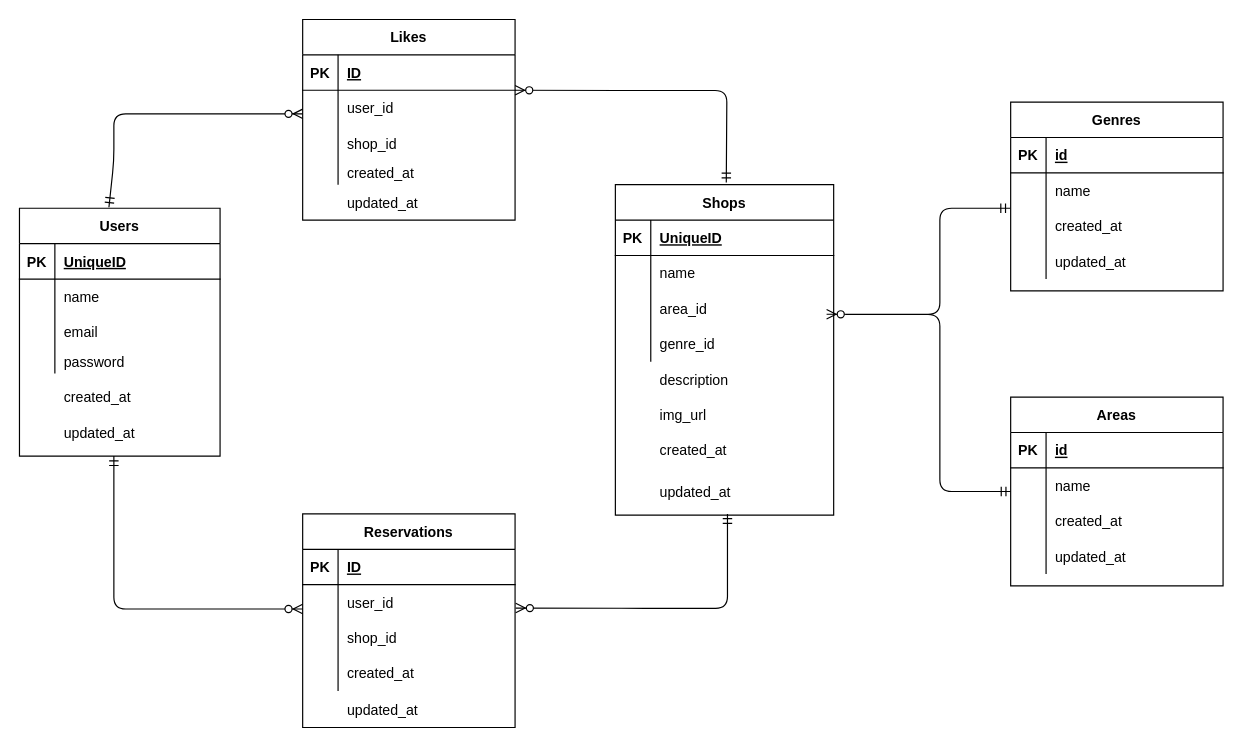
Above: rese_laravel/er.dio in AkiyoshiSatoshi/Rese_laravel (draw.io), before the change. Source tidied: cells renumbered, new cells numbered last; positions are measured from the earlier drawing's top-left corner, leaving out a move shared by most shapes. Both pictures are drawn from the tidied source at 118%, with x=0, y=0 at pixel (19, 19).
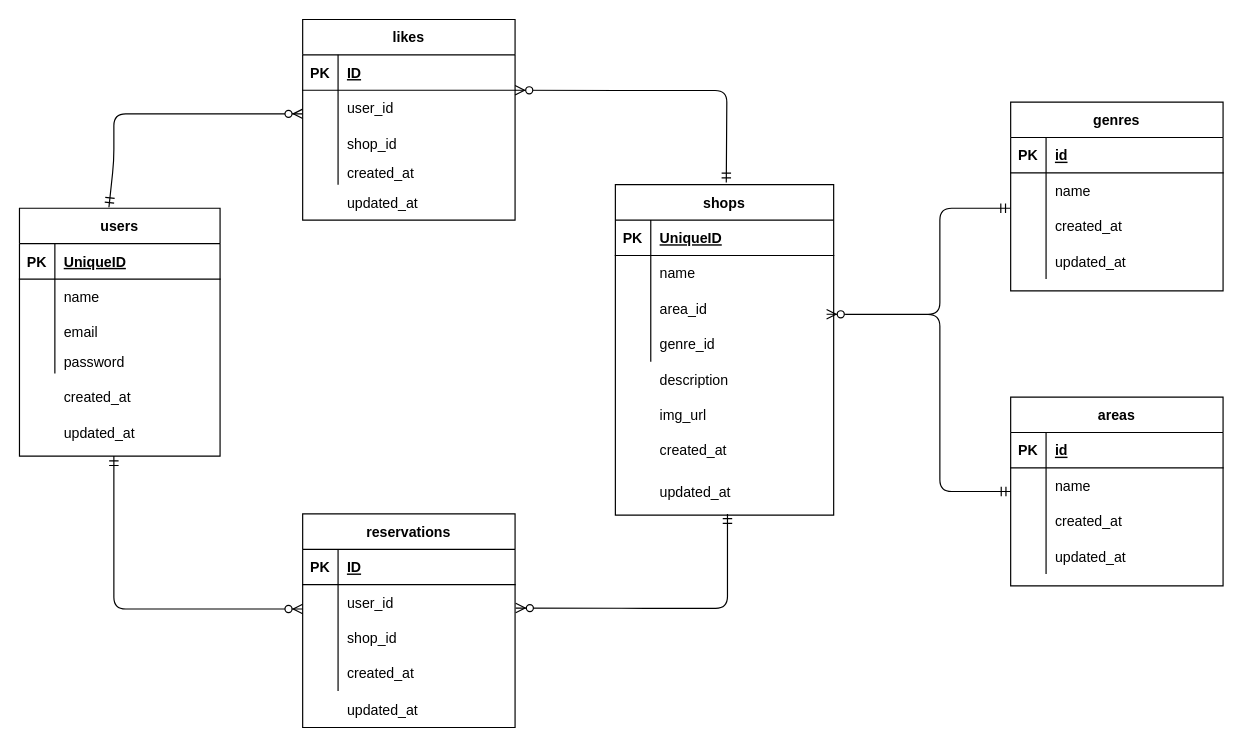
Above is the later version.

The edit, as a diff of the source:
```diff
@@
-    <mxCell id="2" value="Users" style="shape=table;startSize=30;childLayout=tableLayout;rowLines=0;fontStyle=1;align=center;" parent="1" vertex="1">
+    <mxCell id="2" value="users" style="shape=table;startSize=30;childLayout=tableLayout;rowLines=0;fontStyle=1;align=center;" parent="1" vertex="1">
       <mxGeometry y="160" width="170" height="210" as="geometry" />
     </mxCell>
@@
-    <mxCell id="15" value="Likes" style="shape=table;startSize=30;childLayout=tableLayout;rowLines=0;fontStyle=1;align=center;" parent="1" vertex="1">
+    <mxCell id="15" value="likes" style="shape=table;startSize=30;childLayout=tableLayout;rowLines=0;fontStyle=1;align=center;" parent="1" vertex="1">
       <mxGeometry x="240" width="180" height="170" as="geometry" />
     </mxCell>
@@
-    <mxCell id="28" value="Reservations" style="shape=table;startSize=30;childLayout=tableLayout;rowLines=0;fontStyle=1;align=center;" parent="1" vertex="1">
+    <mxCell id="28" value="reservations" style="shape=table;startSize=30;childLayout=tableLayout;rowLines=0;fontStyle=1;align=center;" parent="1" vertex="1">
       <mxGeometry x="240" y="419" width="180" height="181" as="geometry" />
     </mxCell>
@@
-    <mxCell id="41" value="Shops" style="shape=table;startSize=30;childLayout=tableLayout;rowLines=0;fontStyle=1;align=center;" parent="1" vertex="1">
+    <mxCell id="41" value="shops" style="shape=table;startSize=30;childLayout=tableLayout;rowLines=0;fontStyle=1;align=center;" parent="1" vertex="1">
       <mxGeometry x="505" y="140" width="185" height="280" as="geometry" />
     </mxCell>
@@
-    <mxCell id="54" value="Areas" style="shape=table;startSize=30;childLayout=tableLayout;rowLines=0;fontStyle=1;align=center;" parent="1" vertex="1">
+    <mxCell id="54" value="areas" style="shape=table;startSize=30;childLayout=tableLayout;rowLines=0;fontStyle=1;align=center;" parent="1" vertex="1">
       <mxGeometry x="840" y="320" width="180" height="160" as="geometry" />
     </mxCell>
@@
-    <mxCell id="67" value="Genres" style="shape=table;startSize=30;childLayout=tableLayout;rowLines=0;fontStyle=1;align=center;" parent="1" vertex="1">
+    <mxCell id="67" value="genres" style="shape=table;startSize=30;childLayout=tableLayout;rowLines=0;fontStyle=1;align=center;" parent="1" vertex="1">
       <mxGeometry x="840" y="70" width="180" height="160" as="geometry" />
     </mxCell>
```
